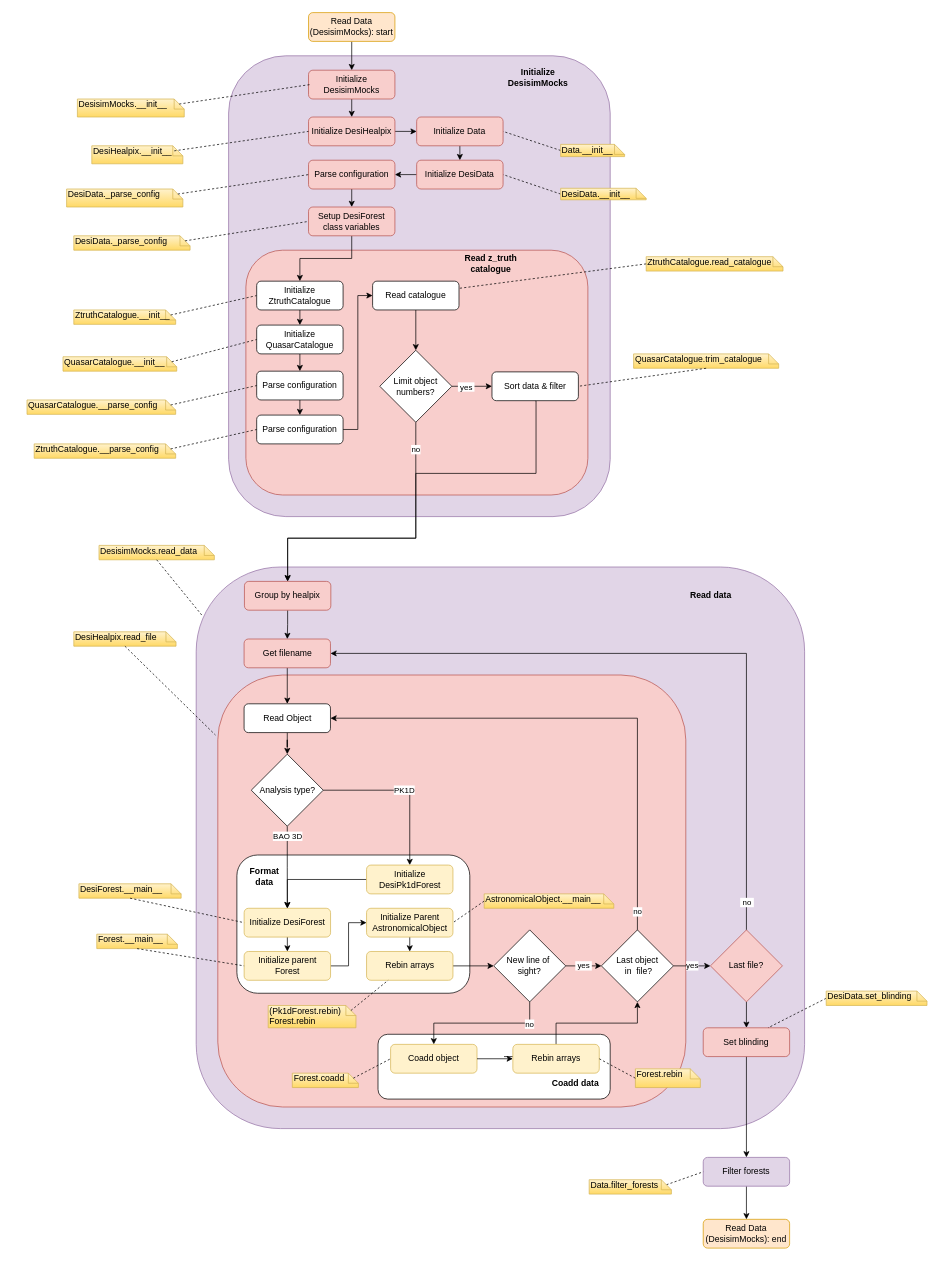
igmhub/picca keeps this draw.io diagram as page "Read Data (DesisimMocks)" (5 of 8) of py/picca/delta_extraction/docs/workflow/workflow.drawio. Above is the earlier version. Source tidied: cells renumbered, new cells numbered last; positions are measured from the earlier drawing's top-left corner, leaving out a move shared by most shapes. Both pictures are drawn from the tidied source at 72%, with x=0, y=0 at pixel (27, 12).
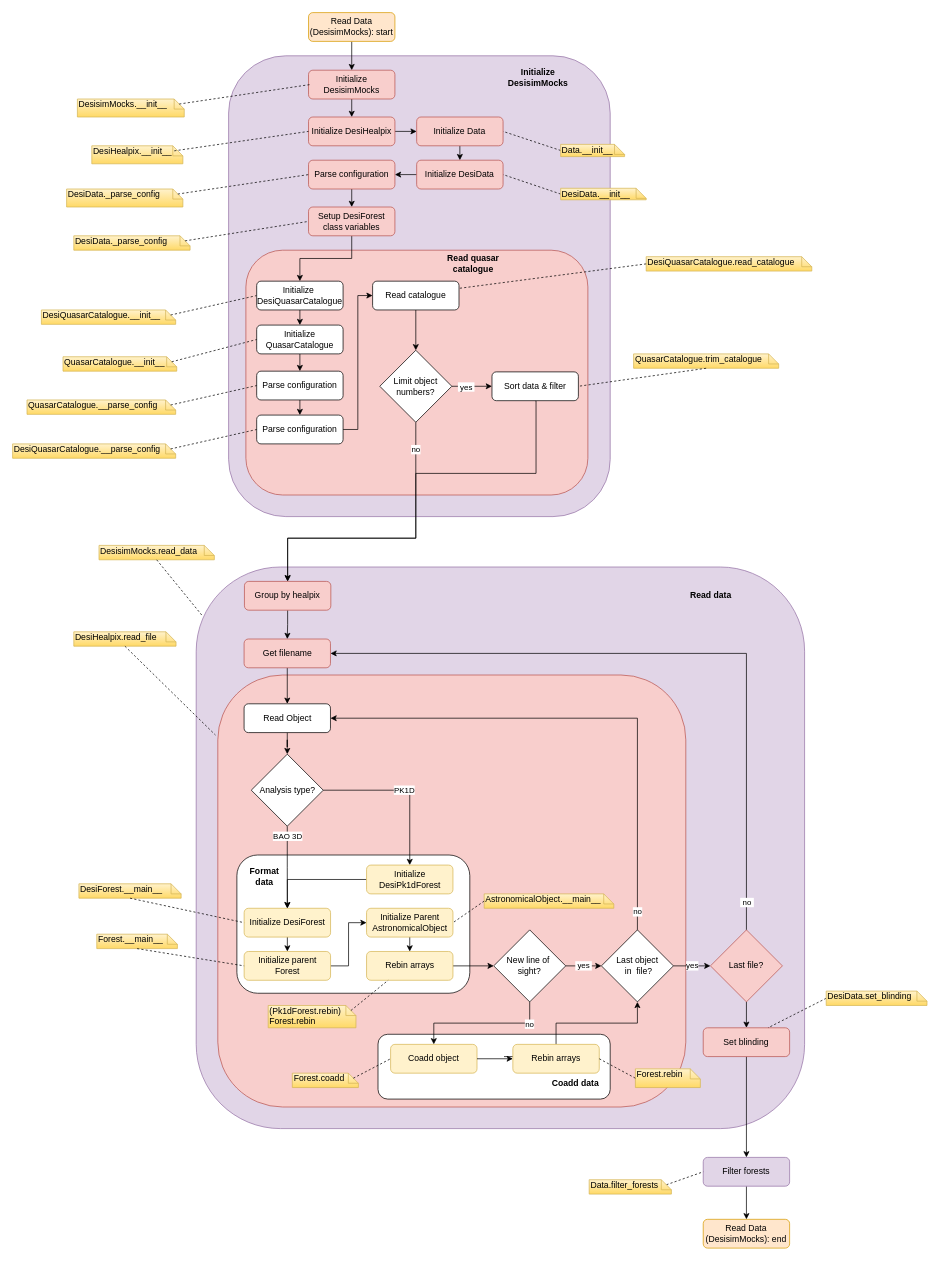
The same page after the edit.

Commit message (it also covers changes not shown here):
ZtruthCatalogue renamed to DesiQuasarCatalogue

The change refers to these unchanged cells:
```xml
<mxCell id="90" value="Parse configuration" style="rounded=1;whiteSpace=wrap;html=1;" parent="1" vertex="1">
  <mxGeometry x="319" y="559" width="120" height="40" as="geometry" />
</mxCell>
```

What changed in the source:
```diff
@@
-    <mxCell id="16" value="ZtruthCatalogue.__init__" style="shape=note;whiteSpace=wrap;html=1;size=14;verticalAlign=top;align=left;spacingTop=-6;rounded=0;shadow=0;glass=0;comic=0;strokeColor=#d6b656;fillColor=#fff2cc;gradientColor=#ffd966;" parent="1" vertex="1">
-      <mxGeometry x="65" y="413" width="141.5" height="20" as="geometry" />
+    <mxCell id="16" value="DesiQuasarCatalogue.__init__" style="shape=note;whiteSpace=wrap;html=1;size=14;verticalAlign=top;align=left;spacingTop=-6;rounded=0;shadow=0;glass=0;comic=0;strokeColor=#d6b656;fillColor=#fff2cc;gradientColor=#ffd966;" parent="1" vertex="1">
+      <mxGeometry x="20" y="413" width="186.5" height="20" as="geometry" />
     </mxCell>
-    <mxCell id="17" style="endArrow=none;dashed=1;endFill=0;endSize=12;html=1;exitX=0;exitY=0;exitDx=134.5;exitDy=7;exitPerimeter=0;entryX=0;entryY=0.5;entryDx=0;entryDy=0;" parent="1" edge="1" source="16" target="20">
+    <mxCell id="17" style="endArrow=none;dashed=1;endFill=0;endSize=12;html=1;entryX=0;entryY=0.5;entryDx=0;entryDy=0;exitX=0;exitY=0;exitDx=179.5;exitDy=7;exitPerimeter=0;" parent="1" edge="1" source="16" target="20">
       <mxGeometry relative="1" as="geometry" />
     </mxCell>
@@
-    <mxCell id="20" value="Initialize ZtruthCatalogue" style="rounded=1;whiteSpace=wrap;html=1;" parent="1" vertex="1">
+    <mxCell id="20" value="Initialize&amp;nbsp;&lt;br&gt;&lt;span style=&quot;text-align: left&quot;&gt;DesiQuasarCatalogue&lt;/span&gt;" style="rounded=1;whiteSpace=wrap;html=1;" parent="1" vertex="1">
       <mxGeometry x="319" y="373" width="120" height="40" as="geometry" />
     </mxCell>
@@
-    <mxCell id="32" value="&lt;b&gt;Read z_truth catalogue&lt;/b&gt;" style="text;html=1;align=center;verticalAlign=middle;whiteSpace=wrap;rounded=0;" parent="1" vertex="1">
-      <mxGeometry x="602.5" y="339" width="82.5" height="20" as="geometry" />
-    </mxCell>
@@
-    <mxCell id="35" value="ZtruthCatalogue.read_catalogue" style="shape=note;whiteSpace=wrap;html=1;size=14;verticalAlign=top;align=left;spacingTop=-6;rounded=0;shadow=0;glass=0;comic=0;strokeColor=#d6b656;fillColor=#fff2cc;gradientColor=#ffd966;" parent="1" vertex="1">
-      <mxGeometry x="860" y="339" width="190" height="20" as="geometry" />
+    <mxCell id="35" value="DesiQuasarCatalogue.read_catalogue" style="shape=note;whiteSpace=wrap;html=1;size=14;verticalAlign=top;align=left;spacingTop=-6;rounded=0;shadow=0;glass=0;comic=0;strokeColor=#d6b656;fillColor=#fff2cc;gradientColor=#ffd966;" parent="1" vertex="1">
+      <mxGeometry x="860" y="339" width="230" height="20" as="geometry" />
     </mxCell>
@@
-    <mxCell id="91" value="ZtruthCatalogue.__parse_config" style="shape=note;whiteSpace=wrap;html=1;size=14;verticalAlign=top;align=left;spacingTop=-6;rounded=0;shadow=0;glass=0;comic=0;strokeColor=#d6b656;fillColor=#fff2cc;gradientColor=#ffd966;" parent="1" vertex="1">
-      <mxGeometry x="10" y="599" width="196.5" height="20" as="geometry" />
+    <mxCell id="91" value="DesiQuasarCatalogue.__parse_config" style="shape=note;whiteSpace=wrap;html=1;size=14;verticalAlign=top;align=left;spacingTop=-6;rounded=0;shadow=0;glass=0;comic=0;strokeColor=#d6b656;fillColor=#fff2cc;gradientColor=#ffd966;" parent="1" vertex="1">
+      <mxGeometry x="-20" y="599" width="226.5" height="20" as="geometry" />
     </mxCell>
-    <mxCell id="92" style="endArrow=none;dashed=1;endFill=0;endSize=12;html=1;entryX=0;entryY=0.5;entryDx=0;entryDy=0;exitX=0;exitY=0;exitDx=189.5;exitDy=7;exitPerimeter=0;" parent="1" edge="1" source="91" target="90">
+    <mxCell id="92" style="endArrow=none;dashed=1;endFill=0;endSize=12;html=1;entryX=0;entryY=0.5;entryDx=0;entryDy=0;exitX=0;exitY=0;exitDx=219.5;exitDy=7;exitPerimeter=0;" parent="1" edge="1" source="91" target="90">
       <mxGeometry relative="1" as="geometry" />
     </mxCell>
@@
+    <mxCell id="127" value="&lt;b&gt;Read quasar catalogue&lt;/b&gt;" style="text;html=1;align=center;verticalAlign=middle;whiteSpace=wrap;rounded=0;" parent="1" vertex="1">
+      <mxGeometry x="570" y="339" width="100" height="20" as="geometry" />
+    </mxCell>
```
